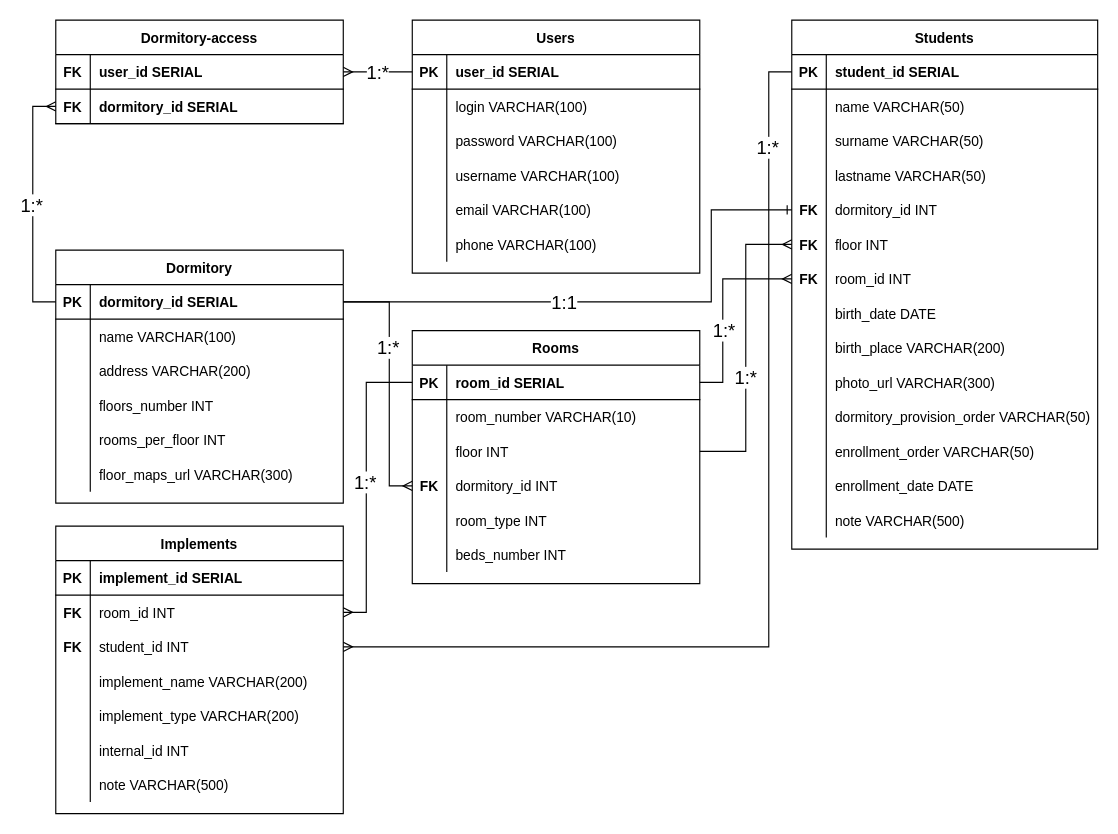
Earlier version of the draw.io diagram documentation/Dormitory_erd.drawio (vedrent/dormitory-tracker). Source tidied: cells renumbered, new cells numbered last; positions are measured from the earlier drawing's top-left corner, leaving out a move shared by most shapes. Both pictures are drawn from the tidied source at 115%, with x=0, y=0 at pixel (55, 20).
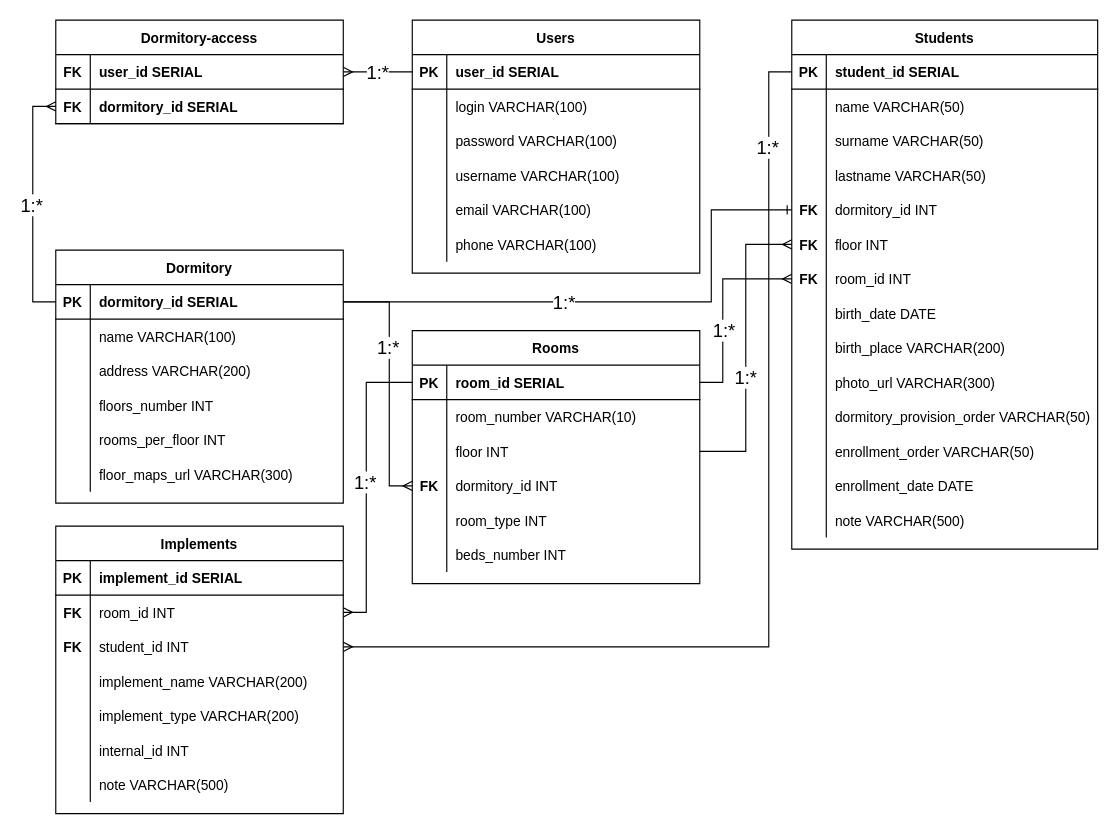
After the change.

Unchanged cells that the change refers to:
```xml
<mxCell id="83" style="edgeStyle=orthogonalEdgeStyle;rounded=0;jettySize=auto;html=1;exitX=1;exitY=0.5;exitDx=0;exitDy=0;entryX=0;entryY=0.5;entryDx=0;entryDy=0;endArrow=ERone;endFill=0;" parent="1" edge="1" source="65" target="15">
  <mxGeometry relative="1" as="geometry">
    <Array as="points">
      <mxPoint x="570" y="245" />
      <mxPoint x="570" y="165" />
    </Array>
  </mxGeometry>
</mxCell>
```

The edit, as a diff of the source:
```diff
@@
-    <mxCell id="84" value="&lt;font style=&quot;font-size: 16px;&quot;&gt;1:1&lt;/font&gt;" style="edgeLabel;html=1;align=center;verticalAlign=middle;" parent="83" vertex="1">
+    <mxCell id="84" value="&lt;font style=&quot;font-size: 16px;&quot;&gt;1:*&lt;/font&gt;" style="edgeLabel;html=1;align=center;verticalAlign=middle;" parent="83" vertex="1">
       <mxGeometry x="-0.2" y="2" relative="1" as="geometry">
         <mxPoint x="3" y="2" as="offset" />
       </mxGeometry>
     </mxCell>
```
